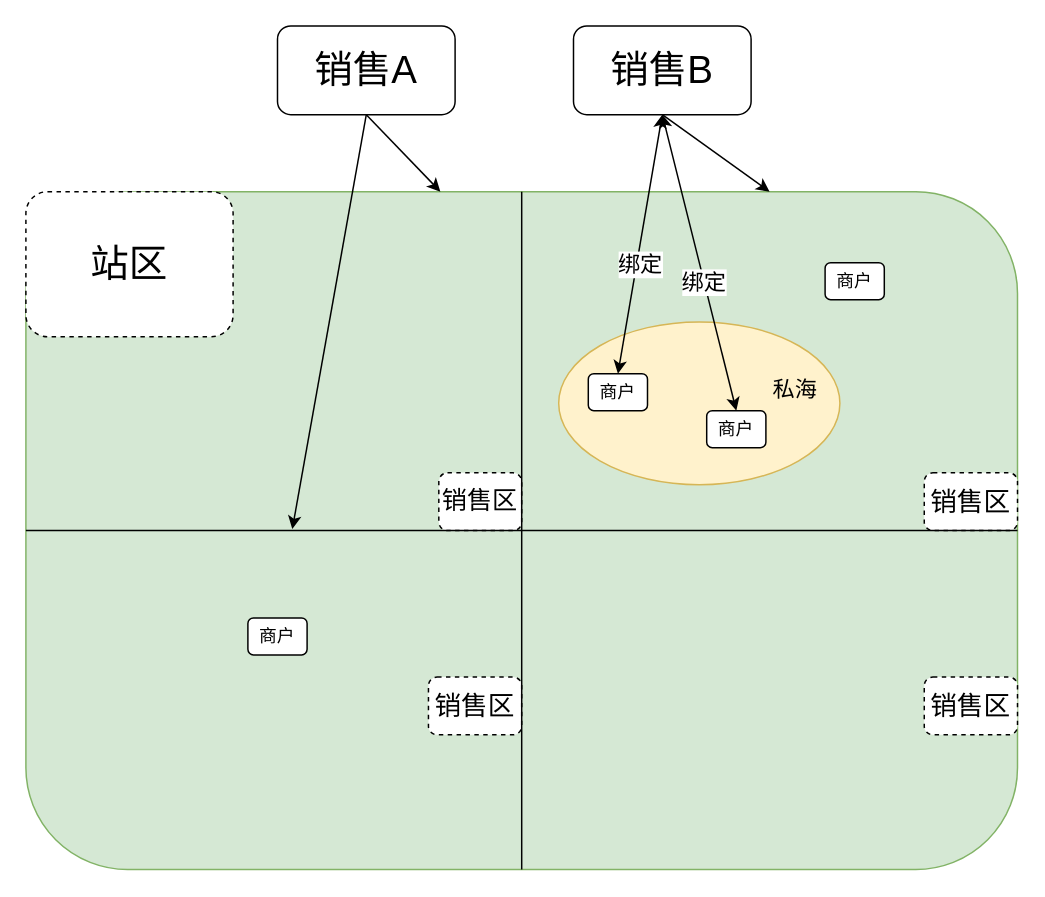
Before: 销售和区域.drawio in WinchongYoung/draw.io, a draw.io diagram. Source tidied: cells renumbered, new cells numbered last; positions are measured from the earlier drawing's top-left corner, leaving out a move shared by most shapes. Both pictures are drawn from the tidied source at 148%, with x=0, y=0 at pixel (25, 25).
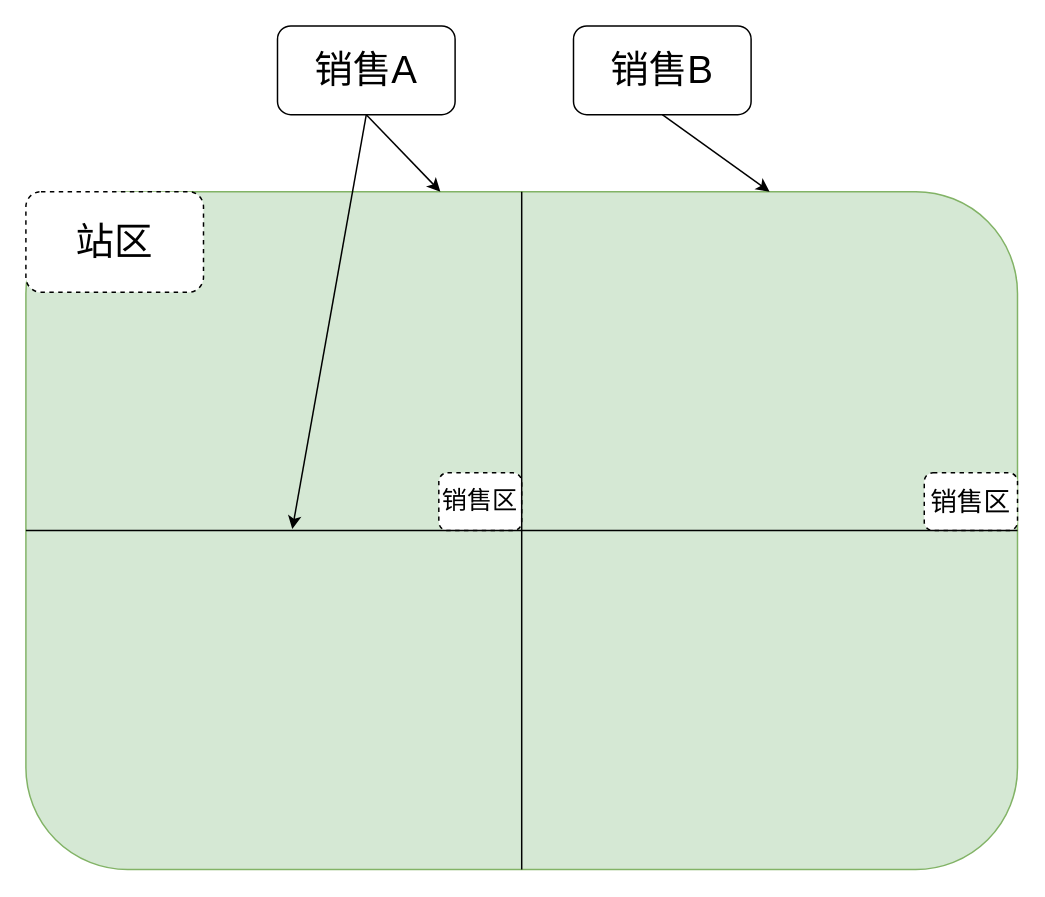
Above is the later version.

Commit message:
更新销售和区域0613.drawio

Unchanged cells that the change refers to:
```xml
<mxCell id="5" value="&lt;font style=&quot;font-size: 26px&quot;&gt;销售B&lt;/font&gt;" style="rounded=1;whiteSpace=wrap;html=1;" parent="1" vertex="1">
  <mxGeometry x="370" width="120" height="60" as="geometry" />
</mxCell>
```

Change to the diagram source:
```diff
@@
     <mxCell id="3" value="&lt;font style=&quot;font-size: 26px&quot;&gt;站区&lt;/font&gt;" style="rounded=1;whiteSpace=wrap;html=1;dashed=1;" parent="1" vertex="1">
-      <mxGeometry y="112" width="140" height="98" as="geometry" />
+      <mxGeometry y="112" width="120" height="68" as="geometry" />
     </mxCell>
@@
-    <mxCell id="10" value="&lt;font style=&quot;font-size: 18px&quot;&gt;销售区&lt;/font&gt;" style="rounded=1;whiteSpace=wrap;html=1;dashed=1;" parent="1" vertex="1">
-      <mxGeometry x="272" y="440" width="63" height="39" as="geometry" />
-    </mxCell>
@@
-    <mxCell id="13" value="&lt;font style=&quot;font-size: 18px&quot;&gt;销售区&lt;/font&gt;" style="rounded=1;whiteSpace=wrap;html=1;dashed=1;" parent="1" vertex="1">
-      <mxGeometry x="607" y="440" width="63" height="39" as="geometry" />
-    </mxCell>
@@
-    <mxCell id="15" style="ellipse;whiteSpace=wrap;html=1;fillColor=#fff2cc;strokeColor=#d6b656;" parent="1" vertex="1">
-      <mxGeometry x="360" y="200" width="190" height="110" as="geometry" />
-    </mxCell>
-    <mxCell id="16" value="&lt;font style=&quot;font-size: 15px&quot;&gt;私海&lt;/font&gt;" style="text;html=1;strokeColor=none;fillColor=none;align=center;verticalAlign=middle;whiteSpace=wrap;rounded=0;" parent="1" vertex="1">
-      <mxGeometry x="500" y="235" width="40" height="20" as="geometry" />
-    </mxCell>
-    <mxCell id="17" value="商户" style="rounded=1;whiteSpace=wrap;html=1;" parent="1" vertex="1">
-      <mxGeometry x="380" y="235" width="40" height="25" as="geometry" />
-    </mxCell>
-    <mxCell id="18" value="商户" style="rounded=1;whiteSpace=wrap;html=1;" parent="1" vertex="1">
-      <mxGeometry x="540" y="160" width="40" height="25" as="geometry" />
-    </mxCell>
-    <mxCell id="19" value="商户" style="rounded=1;whiteSpace=wrap;html=1;" parent="1" vertex="1">
-      <mxGeometry x="460" y="260" width="40" height="25" as="geometry" />
-    </mxCell>
-    <mxCell id="20" value="商户" style="rounded=1;whiteSpace=wrap;html=1;" parent="1" vertex="1">
-      <mxGeometry x="150" y="400" width="40" height="25" as="geometry" />
-    </mxCell>
-    <mxCell id="21" style="endArrow=classic;startArrow=classic;html=1;entryX=0.5;entryY=1;entryDx=0;entryDy=0;exitX=0.5;exitY=0;exitDx=0;exitDy=0;" parent="1" edge="1" source="17" target="5">
-      <mxGeometry relative="1" as="geometry" />
-    </mxCell>
-    <mxCell id="22" value="&lt;font style=&quot;font-size: 15px&quot;&gt;绑定&lt;/font&gt;" style="text;html=1;align=center;verticalAlign=middle;labelBackgroundColor=#ffffff;" parent="21" vertex="1">
-      <mxGeometry x="-0.14" y="-2" relative="1" as="geometry" />
-    </mxCell>
-    <mxCell id="23" style="endArrow=classic;startArrow=classic;html=1;exitX=0.5;exitY=0;exitDx=0;exitDy=0;" parent="1" edge="1" source="19">
-      <mxGeometry relative="1" as="geometry">
-        <mxPoint x="430" y="60" as="targetPoint" />
-      </mxGeometry>
-    </mxCell>
-    <mxCell id="24" value="&lt;font style=&quot;font-size: 15px&quot;&gt;绑定&lt;/font&gt;" style="text;html=1;align=center;verticalAlign=middle;labelBackgroundColor=#ffffff;" parent="23" vertex="1">
-      <mxGeometry x="-0.13" y="1" relative="1" as="geometry" />
-    </mxCell>
```
